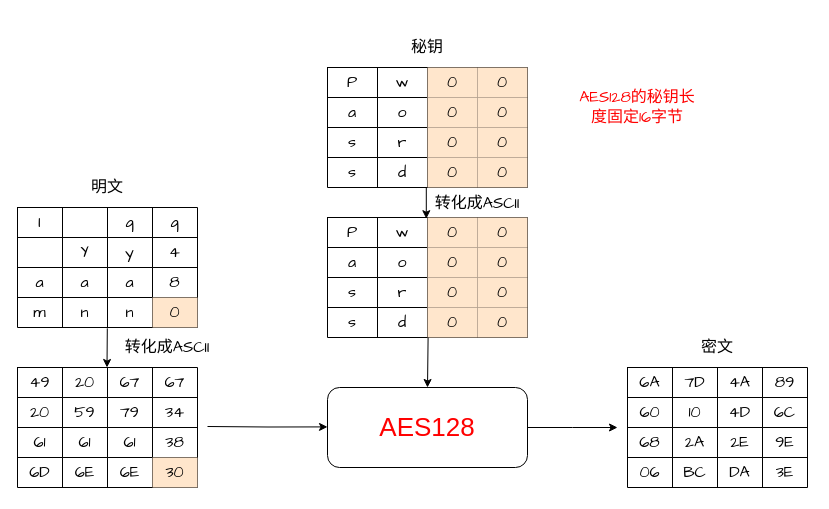
YangYang48/drawio keeps this draw.io diagram as page "aes128" (1 of 3) of aes.drawio. Above is the earlier version. Source tidied: cells renumbered, new cells numbered last; positions are measured from the earlier drawing's top-left corner, leaving out a move shared by most shapes. Both pictures are drawn from the tidied source at 100%, with x=0, y=0 at pixel (17, 17).
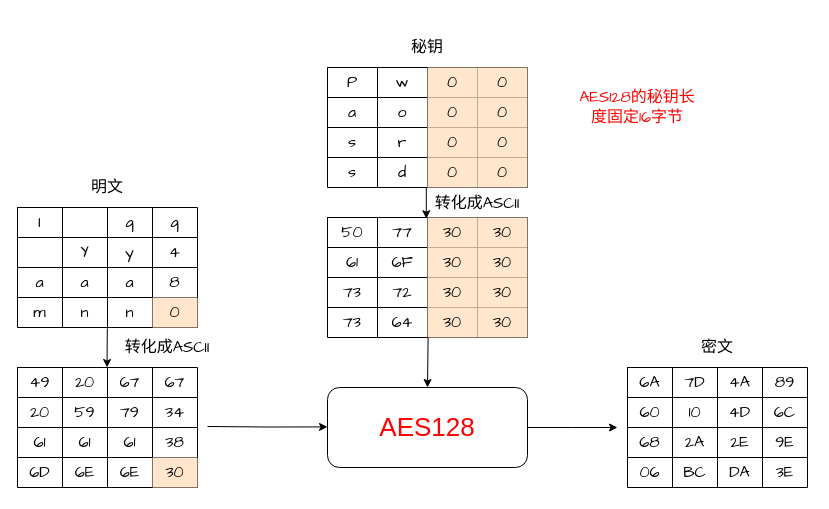
The same page after the edit.

The change refers to these unchanged cells:
```xml
<mxCell id="69" style="shape=tableRow;horizontal=0;startSize=0;swimlaneHead=0;swimlaneBody=0;strokeColor=inherit;top=0;left=0;bottom=0;right=0;fillColor=none;points=[[0,0.5],[1,0.5]];portConstraint=eastwest;fontFamily=Comic Sans MS;fontSize=16;" parent="68" vertex="1">
  <mxGeometry width="200" height="30" as="geometry" />
</mxCell>
<mxCell id="74" style="shape=tableRow;horizontal=0;startSize=0;swimlaneHead=0;swimlaneBody=0;strokeColor=inherit;top=0;left=0;bottom=0;right=0;fillColor=none;fontFamily=Comic Sans MS;fontSize=16;" parent="68" vertex="1">
  <mxGeometry y="30" width="200" height="30" as="geometry" />
</mxCell>
<mxCell id="79" style="shape=tableRow;horizontal=0;startSize=0;swimlaneHead=0;swimlaneBody=0;strokeColor=inherit;top=0;left=0;bottom=0;right=0;fillColor=none;fontFamily=Comic Sans MS;fontSize=16;" parent="68" vertex="1">
  <mxGeometry y="60" width="200" height="30" as="geometry" />
</mxCell>
<mxCell id="84" style="shape=tableRow;horizontal=0;startSize=0;swimlaneHead=0;swimlaneBody=0;strokeColor=inherit;top=0;left=0;bottom=0;right=0;fillColor=none;fontFamily=Comic Sans MS;fontSize=16;" parent="68" vertex="1">
  <mxGeometry y="90" width="200" height="30" as="geometry" />
</mxCell>
```

What changed in the source:
```diff
@@
-    <mxCell id="70" value="P" style="shape=partialRectangle;html=1;whiteSpace=wrap;strokeColor=inherit;overflow=hidden;fillColor=none;top=0;left=0;bottom=0;right=0;fontFamily=Comic Sans MS;fontSize=16;" parent="69" vertex="1">
+    <mxCell id="70" value="50" style="shape=partialRectangle;html=1;whiteSpace=wrap;strokeColor=inherit;overflow=hidden;fillColor=none;top=0;left=0;bottom=0;right=0;fontFamily=Comic Sans MS;fontSize=16;" parent="69" vertex="1">
       <mxGeometry width="50" height="30" as="geometry" />
     </mxCell>
-    <mxCell id="71" value="w" style="shape=partialRectangle;html=1;whiteSpace=wrap;strokeColor=inherit;overflow=hidden;fillColor=none;top=0;left=0;bottom=0;right=0;fontFamily=Comic Sans MS;fontSize=16;" parent="69" vertex="1">
+    <mxCell id="71" value="77" style="shape=partialRectangle;html=1;whiteSpace=wrap;strokeColor=inherit;overflow=hidden;fillColor=none;top=0;left=0;bottom=0;right=0;fontFamily=Comic Sans MS;fontSize=16;" parent="69" vertex="1">
       <mxGeometry x="50" width="50" height="30" as="geometry" />
     </mxCell>
-    <mxCell id="72" value="0" style="shape=partialRectangle;html=1;whiteSpace=wrap;strokeColor=#d79b00;overflow=hidden;fillColor=#ffe6cc;top=0;left=0;bottom=0;right=0;fontFamily=Comic Sans MS;fontSize=16;" parent="69" vertex="1">
+    <mxCell id="72" value="30" style="shape=partialRectangle;html=1;whiteSpace=wrap;strokeColor=#d79b00;overflow=hidden;fillColor=#ffe6cc;top=0;left=0;bottom=0;right=0;fontFamily=Comic Sans MS;fontSize=16;" parent="69" vertex="1">
       <mxGeometry x="100" width="50" height="30" as="geometry" />
     </mxCell>
-    <mxCell id="73" value="0" style="shape=partialRectangle;html=1;whiteSpace=wrap;strokeColor=#d79b00;overflow=hidden;fillColor=#ffe6cc;top=0;left=0;bottom=0;right=0;fontFamily=Comic Sans MS;fontSize=16;" parent="69" vertex="1">
+    <mxCell id="73" value="30" style="shape=partialRectangle;html=1;whiteSpace=wrap;strokeColor=#d79b00;overflow=hidden;fillColor=#ffe6cc;top=0;left=0;bottom=0;right=0;fontFamily=Comic Sans MS;fontSize=16;" parent="69" vertex="1">
       <mxGeometry x="150" width="50" height="30" as="geometry" />
     </mxCell>
@@
-    <mxCell id="75" value="a" style="shape=partialRectangle;html=1;whiteSpace=wrap;strokeColor=inherit;overflow=hidden;fillColor=none;top=0;left=0;bottom=0;right=0;fontFamily=Comic Sans MS;fontSize=16;" parent="74" vertex="1">
+    <mxCell id="75" value="61" style="shape=partialRectangle;html=1;whiteSpace=wrap;strokeColor=inherit;overflow=hidden;fillColor=none;top=0;left=0;bottom=0;right=0;fontFamily=Comic Sans MS;fontSize=16;" parent="74" vertex="1">
       <mxGeometry width="50" height="30" as="geometry" />
     </mxCell>
-    <mxCell id="76" value="o" style="shape=partialRectangle;html=1;whiteSpace=wrap;strokeColor=inherit;overflow=hidden;fillColor=none;top=0;left=0;bottom=0;right=0;fontFamily=Comic Sans MS;fontSize=16;" parent="74" vertex="1">
+    <mxCell id="76" value="6F" style="shape=partialRectangle;html=1;whiteSpace=wrap;strokeColor=inherit;overflow=hidden;fillColor=none;top=0;left=0;bottom=0;right=0;fontFamily=Comic Sans MS;fontSize=16;" parent="74" vertex="1">
       <mxGeometry x="50" width="50" height="30" as="geometry" />
     </mxCell>
-    <mxCell id="77" value="0" style="shape=partialRectangle;html=1;whiteSpace=wrap;strokeColor=#d79b00;overflow=hidden;fillColor=#ffe6cc;top=0;left=0;bottom=0;right=0;fontFamily=Comic Sans MS;fontSize=16;" parent="74" vertex="1">
+    <mxCell id="77" value="30" style="shape=partialRectangle;html=1;whiteSpace=wrap;strokeColor=#d79b00;overflow=hidden;fillColor=#ffe6cc;top=0;left=0;bottom=0;right=0;fontFamily=Comic Sans MS;fontSize=16;" parent="74" vertex="1">
       <mxGeometry x="100" width="50" height="30" as="geometry" />
     </mxCell>
-    <mxCell id="78" value="0" style="shape=partialRectangle;html=1;whiteSpace=wrap;strokeColor=#d79b00;overflow=hidden;fillColor=#ffe6cc;top=0;left=0;bottom=0;right=0;fontFamily=Comic Sans MS;fontSize=16;" parent="74" vertex="1">
+    <mxCell id="78" value="30" style="shape=partialRectangle;html=1;whiteSpace=wrap;strokeColor=#d79b00;overflow=hidden;fillColor=#ffe6cc;top=0;left=0;bottom=0;right=0;fontFamily=Comic Sans MS;fontSize=16;" parent="74" vertex="1">
       <mxGeometry x="150" width="50" height="30" as="geometry" />
     </mxCell>
@@
-    <mxCell id="80" value="s" style="shape=partialRectangle;html=1;whiteSpace=wrap;strokeColor=inherit;overflow=hidden;fillColor=none;top=0;left=0;bottom=0;right=0;fontFamily=Comic Sans MS;fontSize=16;" parent="79" vertex="1">
+    <mxCell id="80" value="73" style="shape=partialRectangle;html=1;whiteSpace=wrap;strokeColor=inherit;overflow=hidden;fillColor=none;top=0;left=0;bottom=0;right=0;fontFamily=Comic Sans MS;fontSize=16;" parent="79" vertex="1">
       <mxGeometry width="50" height="30" as="geometry" />
     </mxCell>
-    <mxCell id="81" value="r" style="shape=partialRectangle;html=1;whiteSpace=wrap;strokeColor=inherit;overflow=hidden;fillColor=none;top=0;left=0;bottom=0;right=0;fontFamily=Comic Sans MS;fontSize=16;" parent="79" vertex="1">
+    <mxCell id="81" value="72" style="shape=partialRectangle;html=1;whiteSpace=wrap;strokeColor=inherit;overflow=hidden;fillColor=none;top=0;left=0;bottom=0;right=0;fontFamily=Comic Sans MS;fontSize=16;" parent="79" vertex="1">
       <mxGeometry x="50" width="50" height="30" as="geometry" />
     </mxCell>
-    <mxCell id="82" value="0" style="shape=partialRectangle;html=1;whiteSpace=wrap;strokeColor=#d79b00;overflow=hidden;fillColor=#ffe6cc;top=0;left=0;bottom=0;right=0;fontFamily=Comic Sans MS;fontSize=16;" parent="79" vertex="1">
+    <mxCell id="82" value="30" style="shape=partialRectangle;html=1;whiteSpace=wrap;strokeColor=#d79b00;overflow=hidden;fillColor=#ffe6cc;top=0;left=0;bottom=0;right=0;fontFamily=Comic Sans MS;fontSize=16;" parent="79" vertex="1">
       <mxGeometry x="100" width="50" height="30" as="geometry" />
     </mxCell>
-    <mxCell id="83" value="0" style="shape=partialRectangle;html=1;whiteSpace=wrap;strokeColor=#d79b00;overflow=hidden;fillColor=#ffe6cc;top=0;left=0;bottom=0;right=0;fontFamily=Comic Sans MS;fontSize=16;" parent="79" vertex="1">
+    <mxCell id="83" value="30" style="shape=partialRectangle;html=1;whiteSpace=wrap;strokeColor=#d79b00;overflow=hidden;fillColor=#ffe6cc;top=0;left=0;bottom=0;right=0;fontFamily=Comic Sans MS;fontSize=16;" parent="79" vertex="1">
       <mxGeometry x="150" width="50" height="30" as="geometry" />
     </mxCell>
@@
-    <mxCell id="85" value="s" style="shape=partialRectangle;html=1;whiteSpace=wrap;strokeColor=inherit;overflow=hidden;fillColor=none;top=0;left=0;bottom=0;right=0;fontFamily=Comic Sans MS;fontSize=16;" parent="84" vertex="1">
+    <mxCell id="85" value="73" style="shape=partialRectangle;html=1;whiteSpace=wrap;strokeColor=inherit;overflow=hidden;fillColor=none;top=0;left=0;bottom=0;right=0;fontFamily=Comic Sans MS;fontSize=16;" parent="84" vertex="1">
       <mxGeometry width="50" height="30" as="geometry" />
     </mxCell>
-    <mxCell id="86" value="d" style="shape=partialRectangle;html=1;whiteSpace=wrap;strokeColor=inherit;overflow=hidden;fillColor=none;top=0;left=0;bottom=0;right=0;fontFamily=Comic Sans MS;fontSize=16;" parent="84" vertex="1">
+    <mxCell id="86" value="64" style="shape=partialRectangle;html=1;whiteSpace=wrap;strokeColor=inherit;overflow=hidden;fillColor=none;top=0;left=0;bottom=0;right=0;fontFamily=Comic Sans MS;fontSize=16;" parent="84" vertex="1">
       <mxGeometry x="50" width="50" height="30" as="geometry" />
     </mxCell>
-    <mxCell id="87" value="0" style="shape=partialRectangle;html=1;whiteSpace=wrap;strokeColor=#d79b00;overflow=hidden;fillColor=#ffe6cc;top=0;left=0;bottom=0;right=0;fontFamily=Comic Sans MS;fontSize=16;" parent="84" vertex="1">
+    <mxCell id="87" value="30" style="shape=partialRectangle;html=1;whiteSpace=wrap;strokeColor=#d79b00;overflow=hidden;fillColor=#ffe6cc;top=0;left=0;bottom=0;right=0;fontFamily=Comic Sans MS;fontSize=16;" parent="84" vertex="1">
       <mxGeometry x="100" width="50" height="30" as="geometry" />
     </mxCell>
-    <mxCell id="88" value="0" style="shape=partialRectangle;html=1;whiteSpace=wrap;strokeColor=#d79b00;overflow=hidden;fillColor=#ffe6cc;top=0;left=0;bottom=0;right=0;fontFamily=Comic Sans MS;fontSize=16;" parent="84" vertex="1">
+    <mxCell id="88" value="30" style="shape=partialRectangle;html=1;whiteSpace=wrap;strokeColor=#d79b00;overflow=hidden;fillColor=#ffe6cc;top=0;left=0;bottom=0;right=0;fontFamily=Comic Sans MS;fontSize=16;" parent="84" vertex="1">
       <mxGeometry x="150" width="50" height="30" as="geometry" />
     </mxCell>
```
